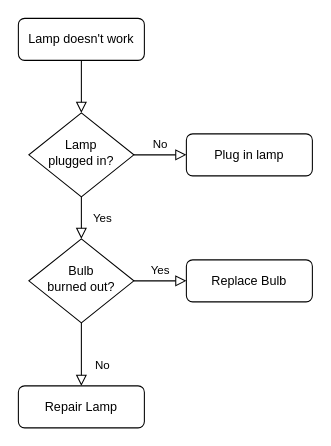
The draw.io diagram Untitled Diagram.drawio in Asandeshh/Asandeshh, before the edit. Source tidied: cells renumbered, new cells numbered last; positions are measured from the earlier drawing's top-left corner, leaving out a move shared by most shapes. Both pictures are drawn from the tidied source at 105%, with x=0, y=0 at pixel (18, 18).
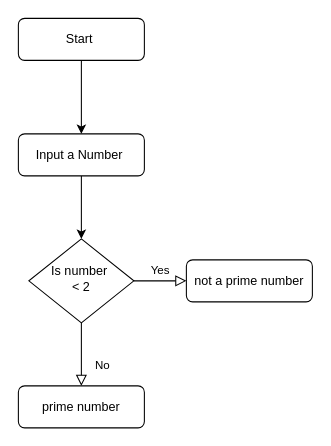
Above is the later version.

What changed in the source:
```diff
@@
 <mxGraphModel>
   <root>
     <mxCell id="0" />
     <mxCell id="1" parent="0" />
-    <mxCell id="2" style="rounded=0;html=1;jettySize=auto;fontSize=11;endArrow=block;endFill=0;endSize=8;strokeWidth=1;shadow=0;labelBackgroundColor=none;edgeStyle=orthogonalEdgeStyle;" parent="1" edge="1" source="3" target="6">
-      <mxGeometry relative="1" as="geometry" />
-    </mxCell>
-    <mxCell id="3" value="Lamp doesn't work" style="rounded=1;whiteSpace=wrap;html=1;fontSize=12;glass=0;strokeWidth=1;shadow=0;" parent="1" vertex="1">
+    <mxCell id="3" value="Start&amp;nbsp;" style="rounded=1;whiteSpace=wrap;html=1;fontSize=12;glass=0;strokeWidth=1;shadow=0;" parent="1" vertex="1">
       <mxGeometry width="120" height="40" as="geometry" />
     </mxCell>
-    <mxCell id="4" value="Yes" style="rounded=0;html=1;jettySize=auto;fontSize=11;endArrow=block;endFill=0;endSize=8;strokeWidth=1;shadow=0;labelBackgroundColor=none;edgeStyle=orthogonalEdgeStyle;" parent="1" edge="1" source="6" target="10">
-      <mxGeometry y="20" relative="1" as="geometry" />
-    </mxCell>
-    <mxCell id="5" value="No" style="edgeStyle=orthogonalEdgeStyle;rounded=0;html=1;jettySize=auto;fontSize=11;endArrow=block;endFill=0;endSize=8;strokeWidth=1;shadow=0;labelBackgroundColor=none;" parent="1" edge="1" source="6" target="7">
-      <mxGeometry y="10" relative="1" as="geometry" />
-    </mxCell>
-    <mxCell id="6" value="Lamp&lt;br&gt;plugged in?" style="rhombus;whiteSpace=wrap;html=1;shadow=0;fontFamily=Helvetica;fontSize=12;align=center;strokeWidth=1;spacing=6;spacingTop=-4;" parent="1" vertex="1">
-      <mxGeometry x="10" y="90" width="100" height="80" as="geometry" />
-    </mxCell>
+    <mxCell id="13" style="edgeStyle=orthogonalEdgeStyle;rounded=0;jettySize=auto;html=1;" parent="1" edge="1" source="7" target="10">
+      <mxGeometry relative="1" as="geometry" />
+    </mxCell>
-    <mxCell id="7" value="Plug in lamp" style="rounded=1;whiteSpace=wrap;html=1;fontSize=12;glass=0;strokeWidth=1;shadow=0;" parent="1" vertex="1">
-      <mxGeometry x="160" y="110" width="120" height="40" as="geometry" />
+    <mxCell id="7" value="Input a Number&amp;nbsp;" style="rounded=1;whiteSpace=wrap;html=1;fontSize=12;glass=0;strokeWidth=1;shadow=0;" parent="1" vertex="1">
+      <mxGeometry y="110" width="120" height="40" as="geometry" />
     </mxCell>
     <mxCell id="8" value="No" style="rounded=0;html=1;jettySize=auto;fontSize=11;endArrow=block;endFill=0;endSize=8;strokeWidth=1;shadow=0;labelBackgroundColor=none;edgeStyle=orthogonalEdgeStyle;" parent="1" edge="1" source="10" target="11">
       <mxGeometry x="0.33" y="20" relative="1" as="geometry" />
     </mxCell>
     <mxCell id="9" value="Yes" style="edgeStyle=orthogonalEdgeStyle;rounded=0;html=1;jettySize=auto;fontSize=11;endArrow=block;endFill=0;endSize=8;strokeWidth=1;shadow=0;labelBackgroundColor=none;" parent="1" edge="1" source="10" target="12">
       <mxGeometry y="10" relative="1" as="geometry" />
     </mxCell>
-    <mxCell id="10" value="Bulb&lt;br&gt;burned out?" style="rhombus;whiteSpace=wrap;html=1;shadow=0;fontFamily=Helvetica;fontSize=12;align=center;strokeWidth=1;spacing=6;spacingTop=-4;" parent="1" vertex="1">
+    <mxCell id="10" value="Is number&amp;nbsp;&lt;div&gt;&amp;lt; 2&lt;/div&gt;" style="rhombus;whiteSpace=wrap;html=1;shadow=0;fontFamily=Helvetica;fontSize=12;align=center;strokeWidth=1;spacing=6;spacingTop=-4;" parent="1" vertex="1">
       <mxGeometry x="10" y="210" width="100" height="80" as="geometry" />
     </mxCell>
-    <mxCell id="11" value="Repair Lamp" style="rounded=1;whiteSpace=wrap;html=1;fontSize=12;glass=0;strokeWidth=1;shadow=0;" parent="1" vertex="1">
+    <mxCell id="11" value="prime number" style="rounded=1;whiteSpace=wrap;html=1;fontSize=12;glass=0;strokeWidth=1;shadow=0;" parent="1" vertex="1">
       <mxGeometry y="350" width="120" height="40" as="geometry" />
     </mxCell>
-    <mxCell id="12" value="Replace Bulb" style="rounded=1;whiteSpace=wrap;html=1;fontSize=12;glass=0;strokeWidth=1;shadow=0;" parent="1" vertex="1">
+    <mxCell id="12" value="not a prime number" style="rounded=1;whiteSpace=wrap;html=1;fontSize=12;glass=0;strokeWidth=1;shadow=0;" parent="1" vertex="1">
       <mxGeometry x="160" y="230" width="120" height="40" as="geometry" />
     </mxCell>
+    <mxCell id="14" style="endArrow=classic;html=1;rounded=0;exitX=0.5;exitY=1;exitDx=0;exitDy=0;entryX=0.5;entryY=0;entryDx=0;entryDy=0;" parent="1" edge="1" source="3" target="7">
+      <mxGeometry relative="1" as="geometry" />
+    </mxCell>
   </root>
 </mxGraphModel>
```
